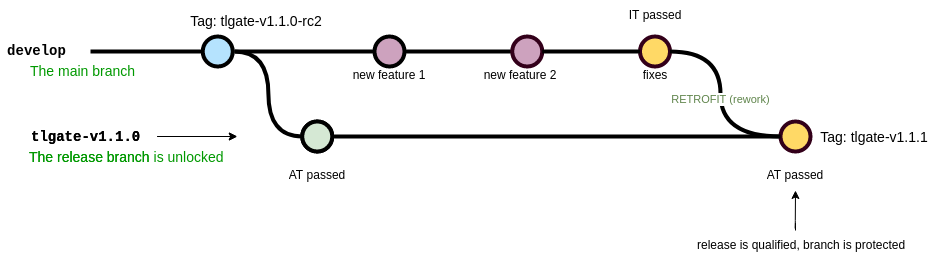
Earlier version of the draw.io export images/branching-hot-fixes.drawio.png (mtitinger/zz_doc). Source tidied: cells renumbered, new cells last; positions are measured from the earlier drawing's top-left corner, leaving out a move shared by most shapes. Source of this version:
```xml
<mxGraphModel>
  <root>
    <mxCell id="0" />
    <mxCell id="1" parent="0" />
    <mxCell id="2" value="fixes" style="text;html=1;strokeColor=none;fillColor=none;align=center;verticalAlign=middle;whiteSpace=wrap;overflow=hidden;" parent="1" vertex="1">
      <mxGeometry x="614.5" y="60" width="80" height="30" as="geometry" />
    </mxCell>
    <mxCell id="3" style="verticalLabelPosition=bottom;verticalAlign=top;html=1;strokeWidth=4;shape=mxgraph.flowchart.on-page_reference;plain-blue;gradientColor=none;fillColor=#B5E3Fe;strokeColor=#000000;" parent="1" vertex="1">
      <mxGeometry x="202.2" y="36" width="30" height="30" as="geometry" />
    </mxCell>
    <mxCell id="4" style="edgeStyle=orthogonalEdgeStyle;curved=1;rounded=0;jettySize=auto;html=1;endArrow=none;endFill=0;strokeWidth=4;entryX=0;entryY=0.5;entryDx=0;entryDy=0;entryPerimeter=0;" parent="1" edge="1" source="5" target="6">
      <mxGeometry relative="1" as="geometry" />
    </mxCell>
    <mxCell id="5" style="verticalLabelPosition=bottom;verticalAlign=top;html=1;strokeWidth=4;shape=mxgraph.flowchart.on-page_reference;plain-blue;gradientColor=none;strokeColor=#000000;fillColor=#CDA2BE;" parent="1" vertex="1">
      <mxGeometry x="374" y="36" width="30" height="30" as="geometry" />
    </mxCell>
    <mxCell id="6" style="verticalLabelPosition=bottom;verticalAlign=top;html=1;strokeWidth=4;shape=mxgraph.flowchart.on-page_reference;plain-blue;gradientColor=none;strokeColor=#33001A;fillColor=#CDA2BE;" parent="1" vertex="1">
      <mxGeometry x="511.8" y="36" width="30" height="30" as="geometry" />
    </mxCell>
    <mxCell id="7" style="edgeStyle=orthogonalEdgeStyle;rounded=0;html=1;jettySize=auto;strokeWidth=4;endArrow=none;endFill=0;" parent="1" edge="1" target="3">
      <mxGeometry x="192.2" y="211" as="geometry">
        <mxPoint x="90" y="51" as="sourcePoint" />
      </mxGeometry>
    </mxCell>
    <mxCell id="8" value="develop" style="text;html=1;strokeColor=none;fillColor=none;align=center;verticalAlign=middle;whiteSpace=wrap;overflow=hidden;fontSize=14;fontStyle=1;fontFamily=Courier New;" parent="1" vertex="1">
      <mxGeometry y="30" width="73" height="42" as="geometry" />
    </mxCell>
    <mxCell id="9" style="verticalLabelPosition=bottom;verticalAlign=top;html=1;strokeWidth=4;shape=mxgraph.flowchart.on-page_reference;plain-purple;gradientColor=none;strokeColor=#000000;fillColor=#D5E8D4;" parent="1" vertex="1">
      <mxGeometry x="301.8" y="121" width="30" height="30" as="geometry" />
    </mxCell>
    <mxCell id="10" value="tlgate-v1.1.0" style="text;html=1;strokeColor=none;fillColor=none;align=left;verticalAlign=middle;whiteSpace=wrap;overflow=hidden;fontSize=14;fontStyle=1;fontFamily=Courier New;" parent="1" vertex="1">
      <mxGeometry x="28.8" y="126" width="240" height="20" as="geometry" />
    </mxCell>
    <mxCell id="11" value="The release branch" style="text;html=1;strokeColor=none;fillColor=none;align=left;verticalAlign=middle;whiteSpace=wrap;overflow=hidden;fontSize=14;fontStyle=0;fontColor=#009900;" parent="1" vertex="1">
      <mxGeometry x="26.8" y="146" width="240" height="20" as="geometry" />
    </mxCell>
    <mxCell id="12" value="The main branch&lt;br&gt;" style="text;html=1;strokeColor=none;fillColor=none;align=left;verticalAlign=middle;whiteSpace=wrap;overflow=hidden;fontSize=14;fontStyle=0;fontColor=#009900;" parent="1" vertex="1">
      <mxGeometry x="28.2" y="60" width="146.8" height="20" as="geometry" />
    </mxCell>
    <mxCell id="13" style="endArrow=classic;html=1;strokeWidth=1;fontFamily=Courier New;fontColor=#009900;" parent="1" edge="1">
      <mxGeometry relative="1" as="geometry">
        <mxPoint x="156.8" y="136" as="sourcePoint" />
        <mxPoint x="236.8" y="136" as="targetPoint" />
      </mxGeometry>
    </mxCell>
    <mxCell id="14" value="Tag: tlgate-v1.1.0-rc2" style="text;html=1;strokeColor=none;fillColor=none;align=center;verticalAlign=middle;whiteSpace=wrap;overflow=hidden;fontSize=14;" parent="1" vertex="1">
      <mxGeometry x="182.2" y="10" width="147.8" height="20" as="geometry" />
    </mxCell>
    <mxCell id="15" style="edgeStyle=orthogonalEdgeStyle;rounded=0;jettySize=auto;html=1;fontSize=15;endArrow=none;endFill=0;strokeWidth=4;entryX=0;entryY=0.5;entryDx=0;entryDy=0;entryPerimeter=0;" parent="1" edge="1" target="5">
      <mxGeometry relative="1" as="geometry">
        <mxPoint x="234" y="51" as="sourcePoint" />
      </mxGeometry>
    </mxCell>
    <mxCell id="16" value="AT passed" style="text;html=1;strokeColor=none;fillColor=none;align=center;verticalAlign=middle;whiteSpace=wrap;overflow=hidden;" parent="1" vertex="1">
      <mxGeometry x="276.8" y="160" width="80" height="30" as="geometry" />
    </mxCell>
    <mxCell id="17" style="edgeStyle=orthogonalEdgeStyle;curved=1;rounded=0;html=1;exitX=1;exitY=0.5;exitPerimeter=0;entryX=0;entryY=0.5;entryPerimeter=0;endArrow=none;endFill=0;jettySize=auto;strokeWidth=4;fontSize=15;exitDx=0;exitDy=0;entryDx=0;entryDy=0;" parent="1" edge="1" target="9">
      <mxGeometry relative="1" as="geometry">
        <mxPoint x="234" y="51" as="sourcePoint" />
      </mxGeometry>
    </mxCell>
    <mxCell id="18" style="verticalLabelPosition=bottom;verticalAlign=top;html=1;strokeWidth=4;shape=mxgraph.flowchart.on-page_reference;plain-purple;gradientColor=none;strokeColor=#000000;fillColor=#D5E8D4;" parent="1" vertex="1">
      <mxGeometry x="301.8" y="121" width="30" height="30" as="geometry" />
    </mxCell>
    <mxCell id="19" value="tlgate-v1.1.0" style="text;html=1;strokeColor=none;fillColor=none;align=left;verticalAlign=middle;whiteSpace=wrap;overflow=hidden;fontSize=14;fontStyle=1;fontFamily=Courier New;" parent="1" vertex="1">
      <mxGeometry x="28.8" y="126" width="240" height="20" as="geometry" />
    </mxCell>
    <mxCell id="20" value="The release branch is unlocked" style="text;html=1;strokeColor=none;fillColor=none;align=left;verticalAlign=middle;whiteSpace=wrap;overflow=hidden;fontSize=14;fontStyle=0;fontColor=#009900;" parent="1" vertex="1">
      <mxGeometry x="26.8" y="146" width="240" height="20" as="geometry" />
    </mxCell>
    <mxCell id="21" style="endArrow=classic;html=1;strokeWidth=1;fontFamily=Courier New;fontColor=#009900;" parent="1" edge="1">
      <mxGeometry relative="1" as="geometry">
        <mxPoint x="156.8" y="136" as="sourcePoint" />
        <mxPoint x="236.8" y="136" as="targetPoint" />
      </mxGeometry>
    </mxCell>
    <mxCell id="22" style="verticalLabelPosition=bottom;verticalAlign=top;html=1;strokeWidth=4;shape=mxgraph.flowchart.on-page_reference;plain-blue;gradientColor=none;strokeColor=#33001A;fillColor=#FFD966;" parent="1" vertex="1">
      <mxGeometry x="639.5" y="36" width="30" height="30" as="geometry" />
    </mxCell>
    <mxCell id="23" value="new feature 1" style="text;html=1;strokeColor=none;fillColor=none;align=center;verticalAlign=middle;whiteSpace=wrap;overflow=hidden;" parent="1" vertex="1">
      <mxGeometry x="349" y="60" width="80" height="30" as="geometry" />
    </mxCell>
    <mxCell id="24" value="new feature 2" style="text;html=1;strokeColor=none;fillColor=none;align=center;verticalAlign=middle;whiteSpace=wrap;overflow=hidden;" parent="1" vertex="1">
      <mxGeometry x="479.5" y="60" width="80" height="30" as="geometry" />
    </mxCell>
    <mxCell id="25" style="edgeStyle=orthogonalEdgeStyle;curved=1;rounded=0;jettySize=auto;html=1;endArrow=none;endFill=0;strokeWidth=4;entryX=0;entryY=0.5;entryDx=0;entryDy=0;entryPerimeter=0;exitX=1;exitY=0.5;exitDx=0;exitDy=0;exitPerimeter=0;" parent="1" edge="1" source="6" target="22">
      <mxGeometry relative="1" as="geometry" />
    </mxCell>
    <mxCell id="26" style="edgeStyle=orthogonalEdgeStyle;curved=1;rounded=0;jettySize=auto;html=1;endArrow=none;endFill=0;strokeWidth=4;exitX=1;exitY=0.5;exitDx=0;exitDy=0;exitPerimeter=0;" parent="1" edge="1" source="18">
      <mxGeometry relative="1" as="geometry">
        <mxPoint x="780" y="136" as="targetPoint" />
      </mxGeometry>
    </mxCell>
    <mxCell id="27" style="verticalLabelPosition=bottom;verticalAlign=top;html=1;strokeWidth=4;shape=mxgraph.flowchart.on-page_reference;plain-blue;gradientColor=none;strokeColor=#33001A;fillColor=#FFD966;fontColor=#FFFF00;" parent="1" vertex="1">
      <mxGeometry x="780" y="121" width="30" height="30" as="geometry" />
    </mxCell>
    <mxCell id="28" value="RETROFIT (rework)" style="edgeStyle=orthogonalEdgeStyle;curved=1;rounded=0;html=1;exitX=1;exitY=0.5;exitPerimeter=0;endArrow=none;endFill=0;jettySize=auto;strokeWidth=4;fontSize=11;exitDx=0;exitDy=0;entryX=0;entryY=0.5;entryDx=0;entryDy=0;entryPerimeter=0;fontColor=#60854C;fontStyle=0;" parent="1" edge="1" source="22" target="27">
      <mxGeometry relative="1" as="geometry">
        <Array as="points">
          <mxPoint x="720" y="51" />
          <mxPoint x="720" y="136" />
        </Array>
      </mxGeometry>
    </mxCell>
    <mxCell id="29" value="AT passed" style="text;html=1;strokeColor=none;fillColor=none;align=center;verticalAlign=middle;whiteSpace=wrap;overflow=hidden;" parent="1" vertex="1">
      <mxGeometry x="755" y="160" width="80" height="30" as="geometry" />
    </mxCell>
    <mxCell id="30" value="IT passed" style="text;html=1;strokeColor=none;fillColor=none;align=center;verticalAlign=middle;whiteSpace=wrap;overflow=hidden;" parent="1" vertex="1">
      <mxGeometry x="614.5" width="80" height="30" as="geometry" />
    </mxCell>
    <mxCell id="31" style="endArrow=classic;html=1;strokeWidth=1;fontFamily=Courier New;fontColor=#009900;" parent="1" edge="1">
      <mxGeometry relative="1" as="geometry">
        <mxPoint x="795" y="230" as="sourcePoint" />
        <mxPoint x="795" y="190" as="targetPoint" />
        <Array as="points">
          <mxPoint x="795" y="220" />
          <mxPoint x="794.8" y="230" />
        </Array>
      </mxGeometry>
    </mxCell>
    <mxCell id="32" value="&lt;span style=&quot;text-align: center&quot;&gt;release is qualified, branch is protected&lt;br&gt;&lt;/span&gt;" style="text;html=1;strokeColor=none;fillColor=none;align=left;verticalAlign=middle;whiteSpace=wrap;overflow=hidden;fontSize=12;fontStyle=0;fontColor=#000000;" parent="1" vertex="1">
      <mxGeometry x="694.5" y="230" width="230" height="29" as="geometry" />
    </mxCell>
    <mxCell id="33" value="Tag: tlgate-v1.1.1" style="text;html=1;strokeColor=none;fillColor=none;align=center;verticalAlign=middle;whiteSpace=wrap;overflow=hidden;fontSize=14;" parent="1" vertex="1">
      <mxGeometry x="800" y="126" width="147.8" height="20" as="geometry" />
    </mxCell>
  </root>
</mxGraphModel>
```
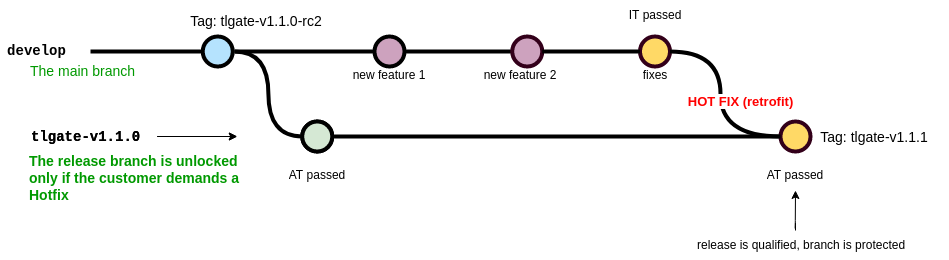
After the change.

What changed in the source:
```diff
@@ -31,8 +31,8 @@
     <mxCell id="10" value="tlgate-v1.1.0" style="text;html=1;strokeColor=none;fillColor=none;align=left;verticalAlign=middle;whiteSpace=wrap;overflow=hidden;fontSize=14;fontStyle=1;fontFamily=Courier New;" parent="1" vertex="1">
       <mxGeometry x="28.8" y="126" width="240" height="20" as="geometry" />
     </mxCell>
-    <mxCell id="11" value="The release branch" style="text;html=1;strokeColor=none;fillColor=none;align=left;verticalAlign=middle;whiteSpace=wrap;overflow=hidden;fontSize=14;fontStyle=0;fontColor=#009900;" parent="1" vertex="1">
-      <mxGeometry x="26.8" y="146" width="240" height="20" as="geometry" />
+    <mxCell id="11" value="&lt;b&gt;The release branch is unlocked only if the customer demands a Hotfix&lt;/b&gt;" style="text;html=1;strokeColor=none;fillColor=none;align=left;verticalAlign=middle;whiteSpace=wrap;overflow=hidden;fontSize=14;fontStyle=0;fontColor=#009900;" parent="1" vertex="1">
+      <mxGeometry x="26.8" y="146" width="240" height="64" as="geometry" />
     </mxCell>
     <mxCell id="12" value="The main branch&lt;br&gt;" style="text;html=1;strokeColor=none;fillColor=none;align=left;verticalAlign=middle;whiteSpace=wrap;overflow=hidden;fontSize=14;fontStyle=0;fontColor=#009900;" parent="1" vertex="1">
       <mxGeometry x="28.2" y="60" width="146.8" height="20" as="geometry" />
@@ -65,9 +65,6 @@
     <mxCell id="19" value="tlgate-v1.1.0" style="text;html=1;strokeColor=none;fillColor=none;align=left;verticalAlign=middle;whiteSpace=wrap;overflow=hidden;fontSize=14;fontStyle=1;fontFamily=Courier New;" parent="1" vertex="1">
       <mxGeometry x="28.8" y="126" width="240" height="20" as="geometry" />
     </mxCell>
-    <mxCell id="20" value="The release branch is unlocked" style="text;html=1;strokeColor=none;fillColor=none;align=left;verticalAlign=middle;whiteSpace=wrap;overflow=hidden;fontSize=14;fontStyle=0;fontColor=#009900;" parent="1" vertex="1">
-      <mxGeometry x="26.8" y="146" width="240" height="20" as="geometry" />
-    </mxCell>
     <mxCell id="21" style="endArrow=classic;html=1;strokeWidth=1;fontFamily=Courier New;fontColor=#009900;" parent="1" edge="1">
       <mxGeometry relative="1" as="geometry">
         <mxPoint x="156.8" y="136" as="sourcePoint" />
@@ -94,12 +91,13 @@
     <mxCell id="27" style="verticalLabelPosition=bottom;verticalAlign=top;html=1;strokeWidth=4;shape=mxgraph.flowchart.on-page_reference;plain-blue;gradientColor=none;strokeColor=#33001A;fillColor=#FFD966;fontColor=#FFFF00;" parent="1" vertex="1">
       <mxGeometry x="780" y="121" width="30" height="30" as="geometry" />
     </mxCell>
-    <mxCell id="28" value="RETROFIT (rework)" style="edgeStyle=orthogonalEdgeStyle;curved=1;rounded=0;html=1;exitX=1;exitY=0.5;exitPerimeter=0;endArrow=none;endFill=0;jettySize=auto;strokeWidth=4;fontSize=11;exitDx=0;exitDy=0;entryX=0;entryY=0.5;entryDx=0;entryDy=0;entryPerimeter=0;fontColor=#60854C;fontStyle=0;" parent="1" edge="1" source="22" target="27">
-      <mxGeometry relative="1" as="geometry">
+    <mxCell id="28" value="HOT FIX (retrofit)" style="edgeStyle=orthogonalEdgeStyle;curved=1;rounded=0;html=1;exitX=1;exitY=0.5;exitPerimeter=0;endArrow=none;endFill=0;jettySize=auto;strokeWidth=4;fontSize=13;exitDx=0;exitDy=0;entryX=0;entryY=0.5;entryDx=0;entryDy=0;entryPerimeter=0;fontColor=#FF0000;fontStyle=1;" parent="1" edge="1" source="22" target="27">
+      <mxGeometry x="0.02" y="20" relative="1" as="geometry">
         <Array as="points">
           <mxPoint x="720" y="51" />
           <mxPoint x="720" y="136" />
         </Array>
+        <mxPoint y="1" as="offset" />
       </mxGeometry>
     </mxCell>
     <mxCell id="29" value="AT passed" style="text;html=1;strokeColor=none;fillColor=none;align=center;verticalAlign=middle;whiteSpace=wrap;overflow=hidden;" parent="1" vertex="1">
```
